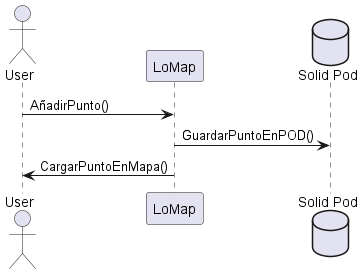
The PlantUML diagram images/Añadir punto.png in Arquisoft/lomap_es4c, before a commit.
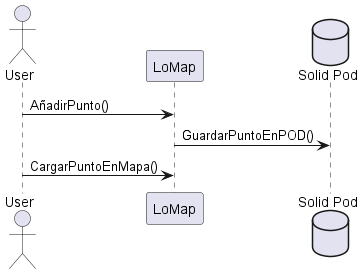
After the commit.

Diff of the diagram source:
```diff
@@ -5,5 +5,5 @@
 
 user->LoMap: AñadirPunto()
 LoMap->pod: GuardarPuntoEnPOD()
-LoMap->user: CargarPuntoEnMapa()
+LoMap<-user: CargarPuntoEnMapa()
 @enduml
```
